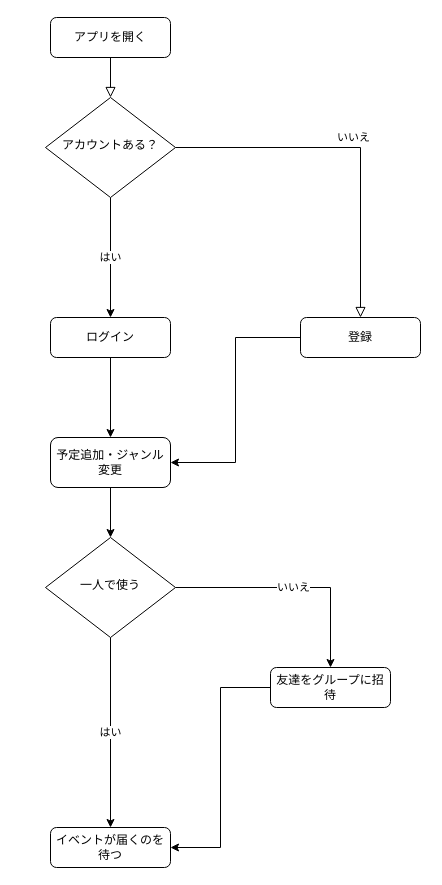
The draw.io diagram user-userflow.drawio in hitoffle/diagrams, before the edit. Source tidied: cells renumbered, new cells numbered last; positions are measured from the earlier drawing's top-left corner, leaving out a move shared by most shapes. Both pictures are drawn from the tidied source at 100%, with x=0, y=0 at pixel (45, 17).
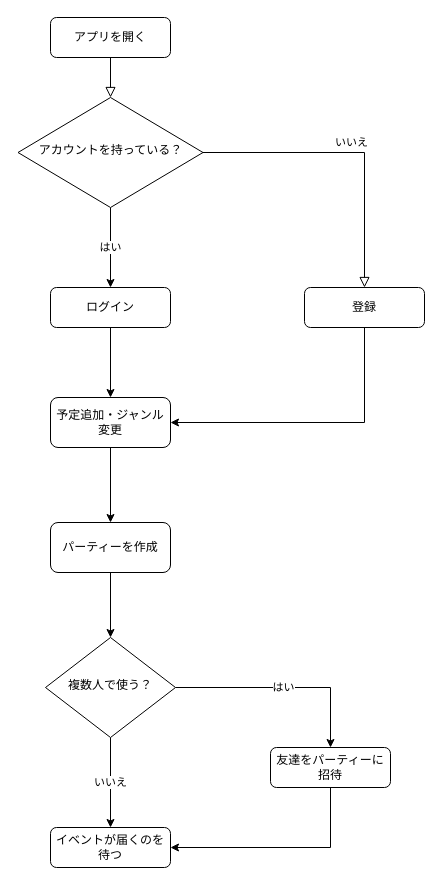
After the change.

The change refers to these unchanged cells:
```xml
<mxCell id="13" value="イベントが届くのを待つ" style="rounded=1;whiteSpace=wrap;html=1;fontSize=12;glass=0;strokeWidth=1;shadow=0;" parent="1" vertex="1">
  <mxGeometry x="5" y="810" width="120" height="40" as="geometry" />
</mxCell>
```

Diff of the diagram source:
```diff
@@
-    <mxCell id="6" value="アカウントある？" style="rhombus;whiteSpace=wrap;html=1;shadow=0;fontFamily=Helvetica;fontSize=12;align=center;strokeWidth=1;spacing=6;spacingTop=-4;" parent="1" vertex="1">
-      <mxGeometry y="80" width="130" height="100" as="geometry" />
+    <mxCell id="6" value="アカウントを持っている？" style="rhombus;whiteSpace=wrap;html=1;shadow=0;fontFamily=Helvetica;fontSize=12;align=center;strokeWidth=1;spacing=6;spacingTop=-4;" parent="1" vertex="1">
+      <mxGeometry x="-27.5" y="80" width="185" height="110" as="geometry" />
     </mxCell>
-    <mxCell id="7" style="edgeStyle=orthogonalEdgeStyle;rounded=0;jettySize=auto;html=1;entryX=1;entryY=0.5;entryDx=0;entryDy=0;" parent="1" edge="1" source="8" target="12">
+    <mxCell id="7" style="edgeStyle=orthogonalEdgeStyle;rounded=0;jettySize=auto;html=1;entryX=1;entryY=0.5;entryDx=0;entryDy=0;exitX=0.5;exitY=1;exitDx=0;exitDy=0;" parent="1" edge="1" source="8" target="12">
       <mxGeometry relative="1" as="geometry" />
     </mxCell>
     <mxCell id="8" value="登録" style="rounded=1;whiteSpace=wrap;html=1;fontSize=12;glass=0;strokeWidth=1;shadow=0;" parent="1" vertex="1">
-      <mxGeometry x="255" y="300" width="120" height="40" as="geometry" />
+      <mxGeometry x="259" y="270" width="120" height="40" as="geometry" />
     </mxCell>
@@
     <mxCell id="10" value="ログイン" style="rounded=1;whiteSpace=wrap;html=1;fontSize=12;glass=0;strokeWidth=1;shadow=0;" parent="1" vertex="1">
-      <mxGeometry x="5" y="300" width="120" height="40" as="geometry" />
+      <mxGeometry x="5" y="270" width="120" height="40" as="geometry" />
     </mxCell>
-    <mxCell id="11" style="edgeStyle=orthogonalEdgeStyle;rounded=0;jettySize=auto;html=1;" parent="1" edge="1" source="12" target="16">
-      <mxGeometry relative="1" as="geometry" />
-    </mxCell>
+    <mxCell id="19" style="edgeStyle=orthogonalEdgeStyle;rounded=0;jettySize=auto;html=1;entryX=0.5;entryY=0;entryDx=0;entryDy=0;" parent="1" edge="1" source="12" target="21">
+      <mxGeometry relative="1" as="geometry" />
+    </mxCell>
     <mxCell id="12" value="予定追加・ジャンル変更" style="rounded=1;whiteSpace=wrap;html=1;fontSize=12;glass=0;strokeWidth=1;shadow=0;" parent="1" vertex="1">
-      <mxGeometry x="5" y="420" width="120" height="50" as="geometry" />
+      <mxGeometry x="5" y="380" width="120" height="50" as="geometry" />
     </mxCell>
@@
-    <mxCell id="14" value="いいえ" style="edgeStyle=orthogonalEdgeStyle;rounded=0;jettySize=auto;html=1;entryX=0.5;entryY=0;entryDx=0;entryDy=0;" parent="1" edge="1" source="16" target="18">
+    <mxCell id="14" value="はい" style="edgeStyle=orthogonalEdgeStyle;rounded=0;jettySize=auto;html=1;entryX=0.5;entryY=0;entryDx=0;entryDy=0;" parent="1" edge="1" source="16" target="18">
       <mxGeometry relative="1" as="geometry" />
     </mxCell>
-    <mxCell id="15" value="はい" style="edgeStyle=orthogonalEdgeStyle;rounded=0;jettySize=auto;html=1;entryX=0.5;entryY=0;entryDx=0;entryDy=0;" parent="1" edge="1" source="16" target="13">
+    <mxCell id="15" value="いいえ" style="edgeStyle=orthogonalEdgeStyle;rounded=0;jettySize=auto;html=1;entryX=0.5;entryY=0;entryDx=0;entryDy=0;" parent="1" edge="1" source="16" target="13">
       <mxGeometry relative="1" as="geometry" />
     </mxCell>
-    <mxCell id="16" value="一人で使う" style="rhombus;whiteSpace=wrap;html=1;shadow=0;fontFamily=Helvetica;fontSize=12;align=center;strokeWidth=1;spacing=6;spacingTop=-4;" parent="1" vertex="1">
-      <mxGeometry y="520" width="130" height="100" as="geometry" />
+    <mxCell id="16" value="複数人で使う？" style="rhombus;whiteSpace=wrap;html=1;shadow=0;fontFamily=Helvetica;fontSize=12;align=center;strokeWidth=1;spacing=6;spacingTop=-4;" parent="1" vertex="1">
+      <mxGeometry y="620" width="130" height="100" as="geometry" />
     </mxCell>
-    <mxCell id="17" style="edgeStyle=orthogonalEdgeStyle;rounded=0;jettySize=auto;html=1;entryX=1;entryY=0.5;entryDx=0;entryDy=0;" parent="1" edge="1" source="18" target="13">
+    <mxCell id="17" style="edgeStyle=orthogonalEdgeStyle;rounded=0;jettySize=auto;html=1;entryX=1;entryY=0.5;entryDx=0;entryDy=0;exitX=0.5;exitY=1;exitDx=0;exitDy=0;" parent="1" edge="1" source="18" target="13">
       <mxGeometry relative="1" as="geometry" />
     </mxCell>
-    <mxCell id="18" value="友達をグループに招待" style="rounded=1;whiteSpace=wrap;html=1;fontSize=12;glass=0;strokeWidth=1;shadow=0;" parent="1" vertex="1">
-      <mxGeometry x="225" y="650" width="120" height="40" as="geometry" />
+    <mxCell id="18" value="友達をパーティーに招待" style="rounded=1;whiteSpace=wrap;html=1;fontSize=12;glass=0;strokeWidth=1;shadow=0;" parent="1" vertex="1">
+      <mxGeometry x="225" y="730" width="120" height="40" as="geometry" />
     </mxCell>
+    <mxCell id="20" style="edgeStyle=orthogonalEdgeStyle;rounded=0;jettySize=auto;html=1;" parent="1" edge="1" source="21" target="16">
+      <mxGeometry relative="1" as="geometry" />
+    </mxCell>
+    <mxCell id="21" value="パーティーを作成" style="rounded=1;whiteSpace=wrap;html=1;fontSize=12;glass=0;strokeWidth=1;shadow=0;" parent="1" vertex="1">
+      <mxGeometry x="5" y="505" width="120" height="50" as="geometry" />
+    </mxCell>
```
